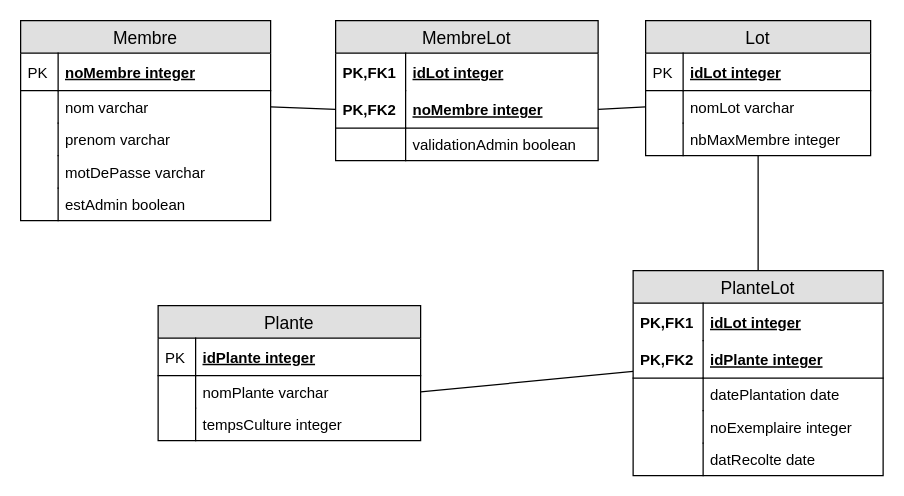
Before: page "Page-2" (2 of 2) of Diagrammes/diagrammes.drawio in mintchilli/ift287_tp2, a draw.io diagram. Source tidied: cells renumbered, new cells numbered last; positions are measured from the earlier drawing's top-left corner, leaving out a move shared by most shapes. Both pictures are drawn from the tidied source at 125%, with x=0, y=0 at pixel (20, 20).
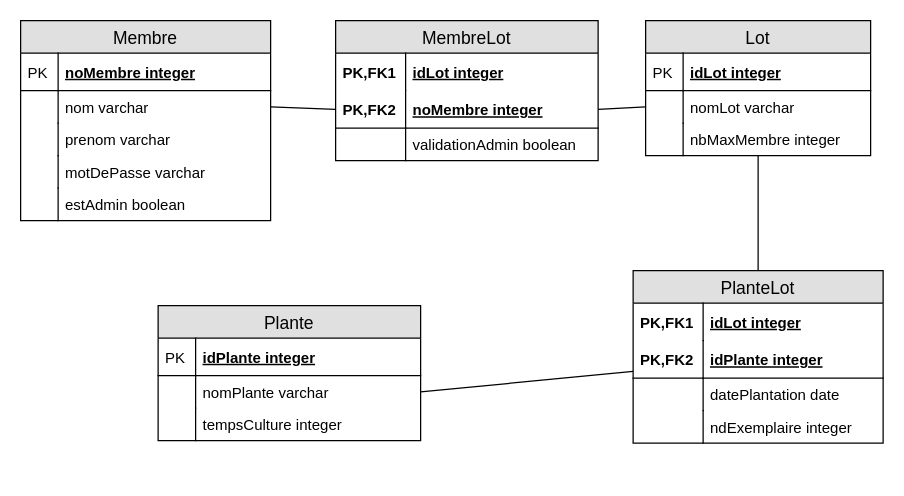
After the change.

Change to the diagram source:
```diff
@@
     <mxCell id="43" value="PlanteLot" style="swimlane;fontStyle=0;horizontal=1;startSize=26;fillColor=#e0e0e0;swimlaneFillColor=#ffffff;align=center;fontSize=14;" parent="1" vertex="1">
-      <mxGeometry x="490" y="200" width="200" height="164" as="geometry" />
+      <mxGeometry x="490" y="200" width="200" height="138" as="geometry" />
     </mxCell>
@@
-    <mxCell id="50" value="noExemplaire integer" style="shape=partialRectangle;top=0;left=0;right=0;bottom=0;align=left;verticalAlign=top;fillColor=none;spacingLeft=60;spacingRight=4;overflow=hidden;fontSize=12;" parent="43" vertex="1">
+    <mxCell id="50" value="ndExemplaire integer" style="shape=partialRectangle;top=0;left=0;right=0;bottom=0;align=left;verticalAlign=top;fillColor=none;spacingLeft=60;spacingRight=4;overflow=hidden;fontSize=12;" parent="43" vertex="1">
       <mxGeometry y="112" width="200" height="26" as="geometry" />
     </mxCell>
@@
-    <mxCell id="52" value="datRecolte date" style="shape=partialRectangle;top=0;left=0;right=0;bottom=0;align=left;verticalAlign=top;fillColor=none;spacingLeft=60;spacingRight=4;overflow=hidden;fontSize=12;" parent="43" vertex="1">
-      <mxGeometry y="138" width="200" height="26" as="geometry" />
-    </mxCell>
-    <mxCell id="53" style="shape=partialRectangle;fontStyle=1;top=0;left=0;bottom=0;fillColor=none;align=left;verticalAlign=top;spacingLeft=4;spacingRight=4;overflow=hidden;fontSize=12;" parent="52" vertex="1">
-      <mxGeometry width="56" height="26" as="geometry" />
-    </mxCell>
```
